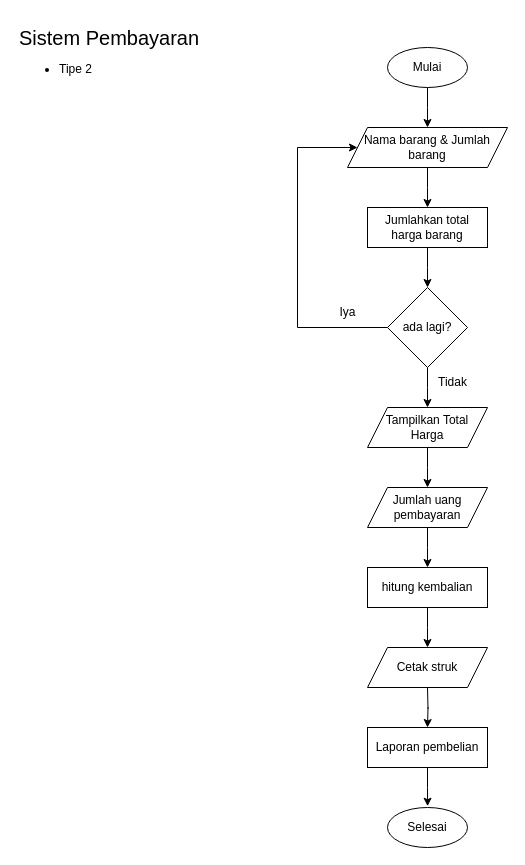
amentobing/flowchart-algo1A keeps this draw.io diagram as page "Type-2" (2 of 2) of Sistem Pembayaran.drawio. Above is the earlier version. Source tidied: cells renumbered, new cells numbered last; positions are measured from the earlier drawing's top-left corner, leaving out a move shared by most shapes. Both pictures are drawn from the tidied source at 100%, with x=0, y=0 at pixel (17, 17).
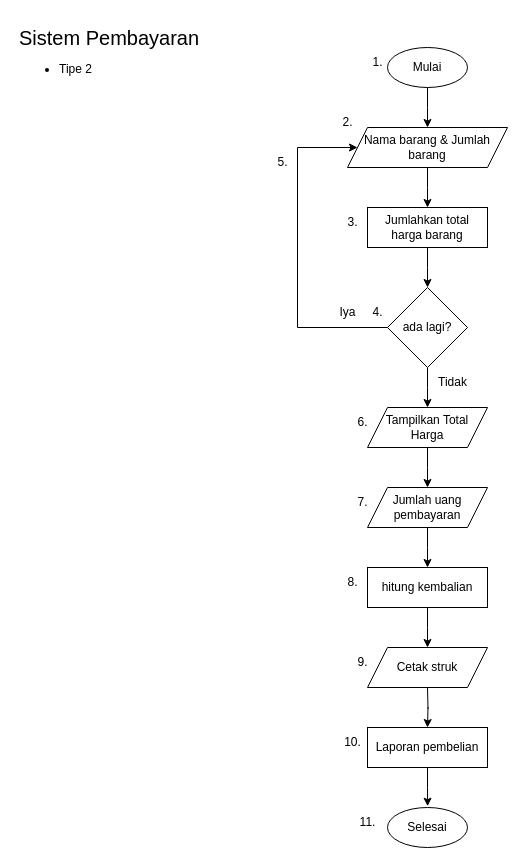
The same diagram, later.

Change to the diagram source:
```diff
@@
+    <mxCell id="25" value="2." style="text;html=1;align=center;verticalAlign=middle;strokeColor=none;fillColor=none;" parent="1" vertex="1">
+      <mxGeometry x="315" y="90" width="30" height="30" as="geometry" />
+    </mxCell>
+    <mxCell id="26" value="1." style="text;html=1;align=center;verticalAlign=middle;strokeColor=none;fillColor=none;" parent="1" vertex="1">
+      <mxGeometry x="345" y="30" width="30" height="30" as="geometry" />
+    </mxCell>
+    <mxCell id="27" value="3." style="text;html=1;align=center;verticalAlign=middle;strokeColor=none;fillColor=none;" parent="1" vertex="1">
+      <mxGeometry x="320" y="190" width="30" height="30" as="geometry" />
+    </mxCell>
+    <mxCell id="28" value="4." style="text;html=1;align=center;verticalAlign=middle;strokeColor=none;fillColor=none;" parent="1" vertex="1">
+      <mxGeometry x="345" y="280" width="30" height="30" as="geometry" />
+    </mxCell>
+    <mxCell id="29" value="5." style="text;html=1;align=center;verticalAlign=middle;strokeColor=none;fillColor=none;" parent="1" vertex="1">
+      <mxGeometry x="250" y="130" width="30" height="30" as="geometry" />
+    </mxCell>
+    <mxCell id="30" value="6." style="text;html=1;align=center;verticalAlign=middle;strokeColor=none;fillColor=none;" parent="1" vertex="1">
+      <mxGeometry x="330" y="390" width="30" height="30" as="geometry" />
+    </mxCell>
+    <mxCell id="31" value="7." style="text;html=1;align=center;verticalAlign=middle;strokeColor=none;fillColor=none;" parent="1" vertex="1">
+      <mxGeometry x="330" y="470" width="30" height="30" as="geometry" />
+    </mxCell>
+    <mxCell id="32" value="8." style="text;html=1;align=center;verticalAlign=middle;strokeColor=none;fillColor=none;" parent="1" vertex="1">
+      <mxGeometry x="320" y="550" width="30" height="30" as="geometry" />
+    </mxCell>
+    <mxCell id="33" value="9." style="text;html=1;align=center;verticalAlign=middle;strokeColor=none;fillColor=none;" parent="1" vertex="1">
+      <mxGeometry x="330" y="630" width="30" height="30" as="geometry" />
+    </mxCell>
+    <mxCell id="34" value="10." style="text;html=1;align=center;verticalAlign=middle;strokeColor=none;fillColor=none;" parent="1" vertex="1">
+      <mxGeometry x="315" y="710" width="40" height="30" as="geometry" />
+    </mxCell>
+    <mxCell id="35" value="11." style="text;html=1;align=center;verticalAlign=middle;strokeColor=none;fillColor=none;" parent="1" vertex="1">
+      <mxGeometry x="330" y="790" width="40" height="30" as="geometry" />
+    </mxCell>
```
